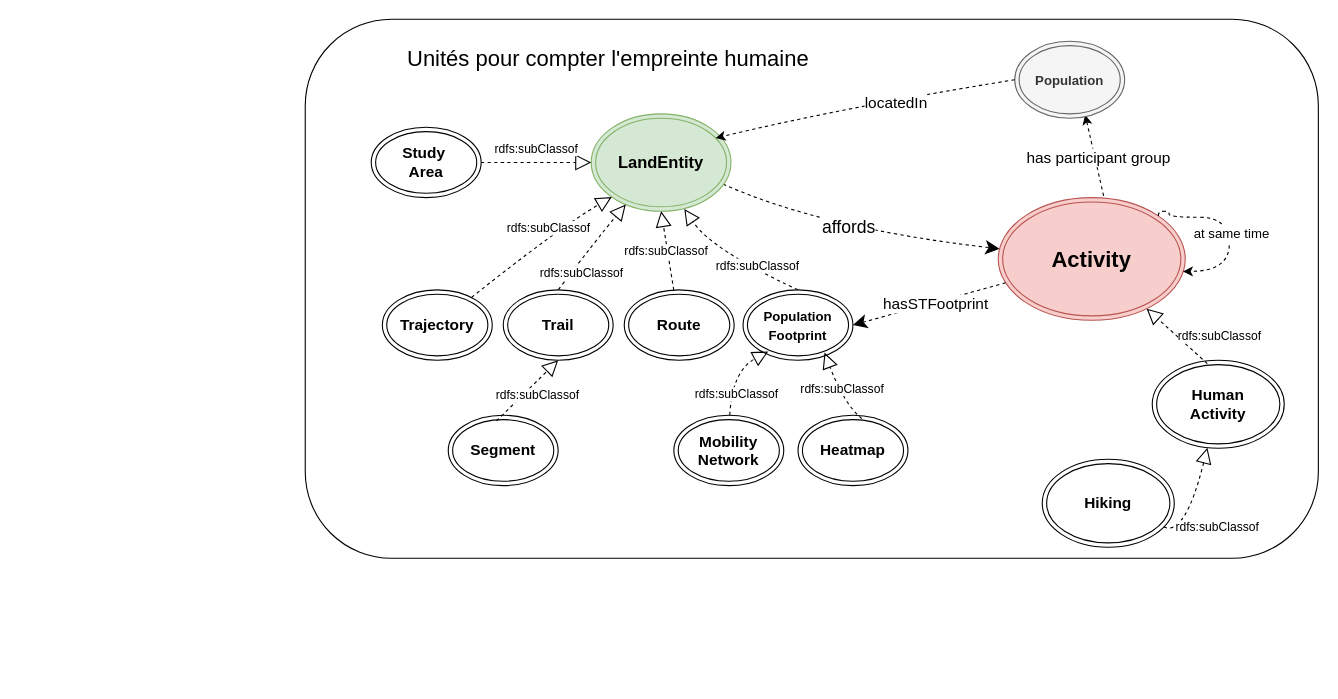
IntForOut/outdoorPressure keeps this draw.io diagram as page "figure 6" (6 of 6) of docs/diagrams/model_KG_article_long.drawio. Above is the earlier version. Source tidied: cells renumbered, new cells numbered last; positions are measured from the earlier drawing's top-left corner, leaving out a move shared by most shapes. Both pictures are drawn from the tidied source at 110%, with x=0, y=0 at pixel (305, 19).
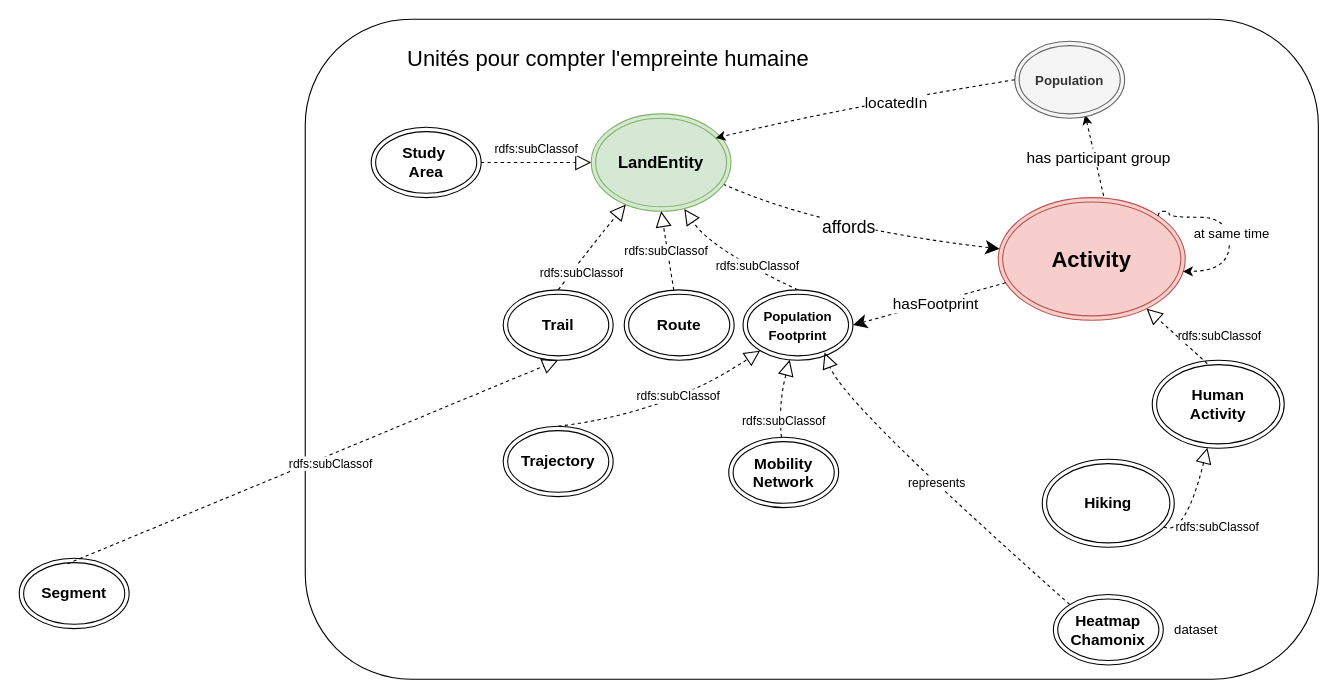
The same diagram, later.

Unchanged cells that the change refers to:
```xml
<mxCell id="6" value="&lt;b&gt;&lt;font style=&quot;font-size: 15px;&quot;&gt;LandEntity&lt;/font&gt;&lt;/b&gt;" style="ellipse;shape=doubleEllipse;whiteSpace=wrap;html=1;fontSize=14;fillColor=#d5e8d4;strokeColor=#82b366;" parent="1" vertex="1">
  <mxGeometry x="260" y="86" width="127" height="88.5" as="geometry" />
</mxCell>
<mxCell id="21" value="&lt;b&gt;&lt;font style=&quot;font-size: 12px;&quot;&gt;Population&lt;/font&gt;&lt;/b&gt;&lt;div&gt;&lt;b&gt;&lt;font style=&quot;font-size: 12px;&quot;&gt;Footprint&lt;/font&gt;&lt;/b&gt;&lt;/div&gt;" style="ellipse;shape=doubleEllipse;whiteSpace=wrap;html=1;fontSize=14;" parent="1" vertex="1">
  <mxGeometry x="398" y="246" width="99.9" height="64" as="geometry" />
</mxCell>
<mxCell id="22" style="edgeStyle=none;html=1;entryX=1;entryY=0.5;entryDx=0;entryDy=0;dashed=1;rounded=0;curved=1;endSize=10;" parent="1" edge="1" source="9" target="21">
  <mxGeometry relative="1" as="geometry" />
</mxCell>
```

What changed in the source:
```diff
@@
     <mxCell id="2" style="rounded=1;whiteSpace=wrap;html=1;fillColor=default;arcSize=16;" parent="1" vertex="1">
-      <mxGeometry width="921" height="490" as="geometry" />
+      <mxGeometry width="921" height="600" as="geometry" />
     </mxCell>
@@
-    <mxCell id="23" value="&lt;font style=&quot;font-size: 14px;&quot;&gt;hasSTFootprint&lt;/font&gt;" style="edgeLabel;html=1;align=center;verticalAlign=middle;" parent="22" vertex="1">
+    <mxCell id="23" value="&lt;font style=&quot;font-size: 14px;&quot;&gt;hasFootprint&lt;/font&gt;" style="edgeLabel;html=1;align=center;verticalAlign=middle;" parent="22" vertex="1">
       <mxGeometry x="-0.14" y="-1" relative="1" as="geometry">
         <mxPoint x="-4" y="3" as="offset" />
       </mxGeometry>
     </mxCell>
@@
     <mxCell id="27" value="&lt;div&gt;&lt;b&gt;Segment&lt;/b&gt;&lt;/div&gt;" style="ellipse;shape=doubleEllipse;whiteSpace=wrap;html=1;fontSize=14;" parent="1" vertex="1">
-      <mxGeometry x="130" y="360" width="99.9" height="64" as="geometry" />
+      <mxGeometry x="-260" y="490" width="99.9" height="64" as="geometry" />
     </mxCell>
@@
-    <mxCell id="30" value="&lt;b&gt;Heatmap&lt;/b&gt;" style="ellipse;shape=doubleEllipse;whiteSpace=wrap;html=1;fontSize=14;" parent="1" vertex="1">
-      <mxGeometry x="448" y="360" width="99.9" height="64" as="geometry" />
+    <mxCell id="30" value="&lt;div&gt;&lt;b&gt;Heatmap&lt;/b&gt;&lt;/div&gt;&lt;div&gt;&lt;b&gt;Chamonix&lt;/b&gt;&lt;/div&gt;" style="ellipse;shape=doubleEllipse;whiteSpace=wrap;html=1;fontSize=14;" parent="1" vertex="1">
+      <mxGeometry x="680.1" y="523" width="99.9" height="64" as="geometry" />
     </mxCell>
-    <mxCell id="31" style="edgeStyle=none;html=1;rounded=0;curved=1;dashed=1;endArrow=block;endFill=0;endSize=12;entryX=0.741;entryY=0.891;entryDx=0;entryDy=0;exitX=0.58;exitY=0.047;exitDx=0;exitDy=0;exitPerimeter=0;entryPerimeter=0;" parent="1" edge="1" source="30" target="21">
+    <mxCell id="31" style="edgeStyle=none;html=1;rounded=0;curved=1;dashed=1;endArrow=block;endFill=0;endSize=12;entryX=0.741;entryY=0.891;entryDx=0;entryDy=0;exitX=0;exitY=0;exitDx=0;exitDy=0;entryPerimeter=0;" parent="1" edge="1" source="30" target="21">
       <mxGeometry relative="1" as="geometry">
         <Array as="points">
           <mxPoint x="490" y="350" />
         </Array>
       </mxGeometry>
     </mxCell>
-    <mxCell id="32" value="&lt;font&gt;rdfs:subClassof&lt;/font&gt;" style="edgeLabel;html=1;align=center;verticalAlign=middle;fontSize=11;" parent="31" vertex="1">
+    <mxCell id="32" value="represents" style="edgeLabel;html=1;align=center;verticalAlign=middle;fontSize=11;" parent="31" vertex="1">
       <mxGeometry x="0.03" y="2" relative="1" as="geometry">
         <mxPoint x="5" y="-1" as="offset" />
       </mxGeometry>
     </mxCell>
@@
     <mxCell id="36" value="&lt;b&gt;Trajectory&lt;/b&gt;" style="ellipse;shape=doubleEllipse;whiteSpace=wrap;html=1;fontSize=14;" parent="1" vertex="1">
-      <mxGeometry x="70.1" y="246" width="99.9" height="64" as="geometry" />
+      <mxGeometry x="180" y="370" width="99.9" height="64" as="geometry" />
     </mxCell>
-    <mxCell id="37" style="edgeStyle=none;html=1;rounded=0;curved=1;dashed=1;endArrow=block;endFill=0;endSize=12;entryX=0;entryY=1;entryDx=0;entryDy=0;" parent="1" edge="1" source="36" target="6">
-      <mxGeometry relative="1" as="geometry">
-        <Array as="points">
-          <mxPoint x="230" y="190" />
-        </Array>
-      </mxGeometry>
-    </mxCell>
-    <mxCell id="38" value="&lt;font&gt;rdfs:subClassof&lt;/font&gt;" style="edgeLabel;html=1;align=center;verticalAlign=middle;fontSize=11;" parent="37" vertex="1">
-      <mxGeometry x="0.03" y="2" relative="1" as="geometry">
-        <mxPoint x="7" y="-11" as="offset" />
-      </mxGeometry>
-    </mxCell>
     <mxCell id="39" value="&lt;div&gt;&lt;b&gt;Mobility&lt;/b&gt;&lt;/div&gt;&lt;div&gt;&lt;b&gt;Network&lt;/b&gt;&lt;/div&gt;" style="ellipse;shape=doubleEllipse;whiteSpace=wrap;html=1;fontSize=14;" parent="1" vertex="1">
-      <mxGeometry x="335.1" y="360" width="99.9" height="64" as="geometry" />
+      <mxGeometry x="385" y="380" width="99.9" height="64" as="geometry" />
     </mxCell>
-    <mxCell id="40" style="edgeStyle=none;html=1;rounded=0;curved=1;dashed=1;endArrow=block;endFill=0;endSize=12;entryX=0.23;entryY=0.875;entryDx=0;entryDy=0;entryPerimeter=0;" parent="1" edge="1" source="39" target="21">
+    <mxCell id="40" style="edgeStyle=none;html=1;rounded=0;curved=1;dashed=1;endArrow=block;endFill=0;endSize=12;" parent="1" edge="1" source="39" target="21">
       <mxGeometry relative="1" as="geometry">
         <Array as="points">
-          <mxPoint x="388" y="320" />
+          <mxPoint x="430" y="350" />
         </Array>
       </mxGeometry>
     </mxCell>
@@
+    <mxCell id="48" style="edgeStyle=none;html=1;rounded=0;curved=1;dashed=1;endArrow=block;endFill=0;endSize=12;exitX=0.5;exitY=0;exitDx=0;exitDy=0;" parent="1" edge="1" source="36" target="21">
+      <mxGeometry relative="1" as="geometry">
+        <Array as="points">
+          <mxPoint x="329" y="358" />
+        </Array>
+      </mxGeometry>
+    </mxCell>
+    <mxCell id="38" value="&lt;font&gt;rdfs:subClassof&lt;/font&gt;" style="edgeLabel;html=1;align=center;verticalAlign=middle;fontSize=11;" parent="48" vertex="1">
+      <mxGeometry x="0.03" y="2" relative="1" as="geometry">
+        <mxPoint x="7" y="-11" as="offset" />
+      </mxGeometry>
+    </mxCell>
+    <mxCell id="49" value="dataset" style="text;html=1;whiteSpace=wrap;strokeColor=none;fillColor=none;align=center;verticalAlign=middle;rounded=0;" parent="1" vertex="1">
+      <mxGeometry x="780" y="540" width="60" height="30" as="geometry" />
+    </mxCell>
```
